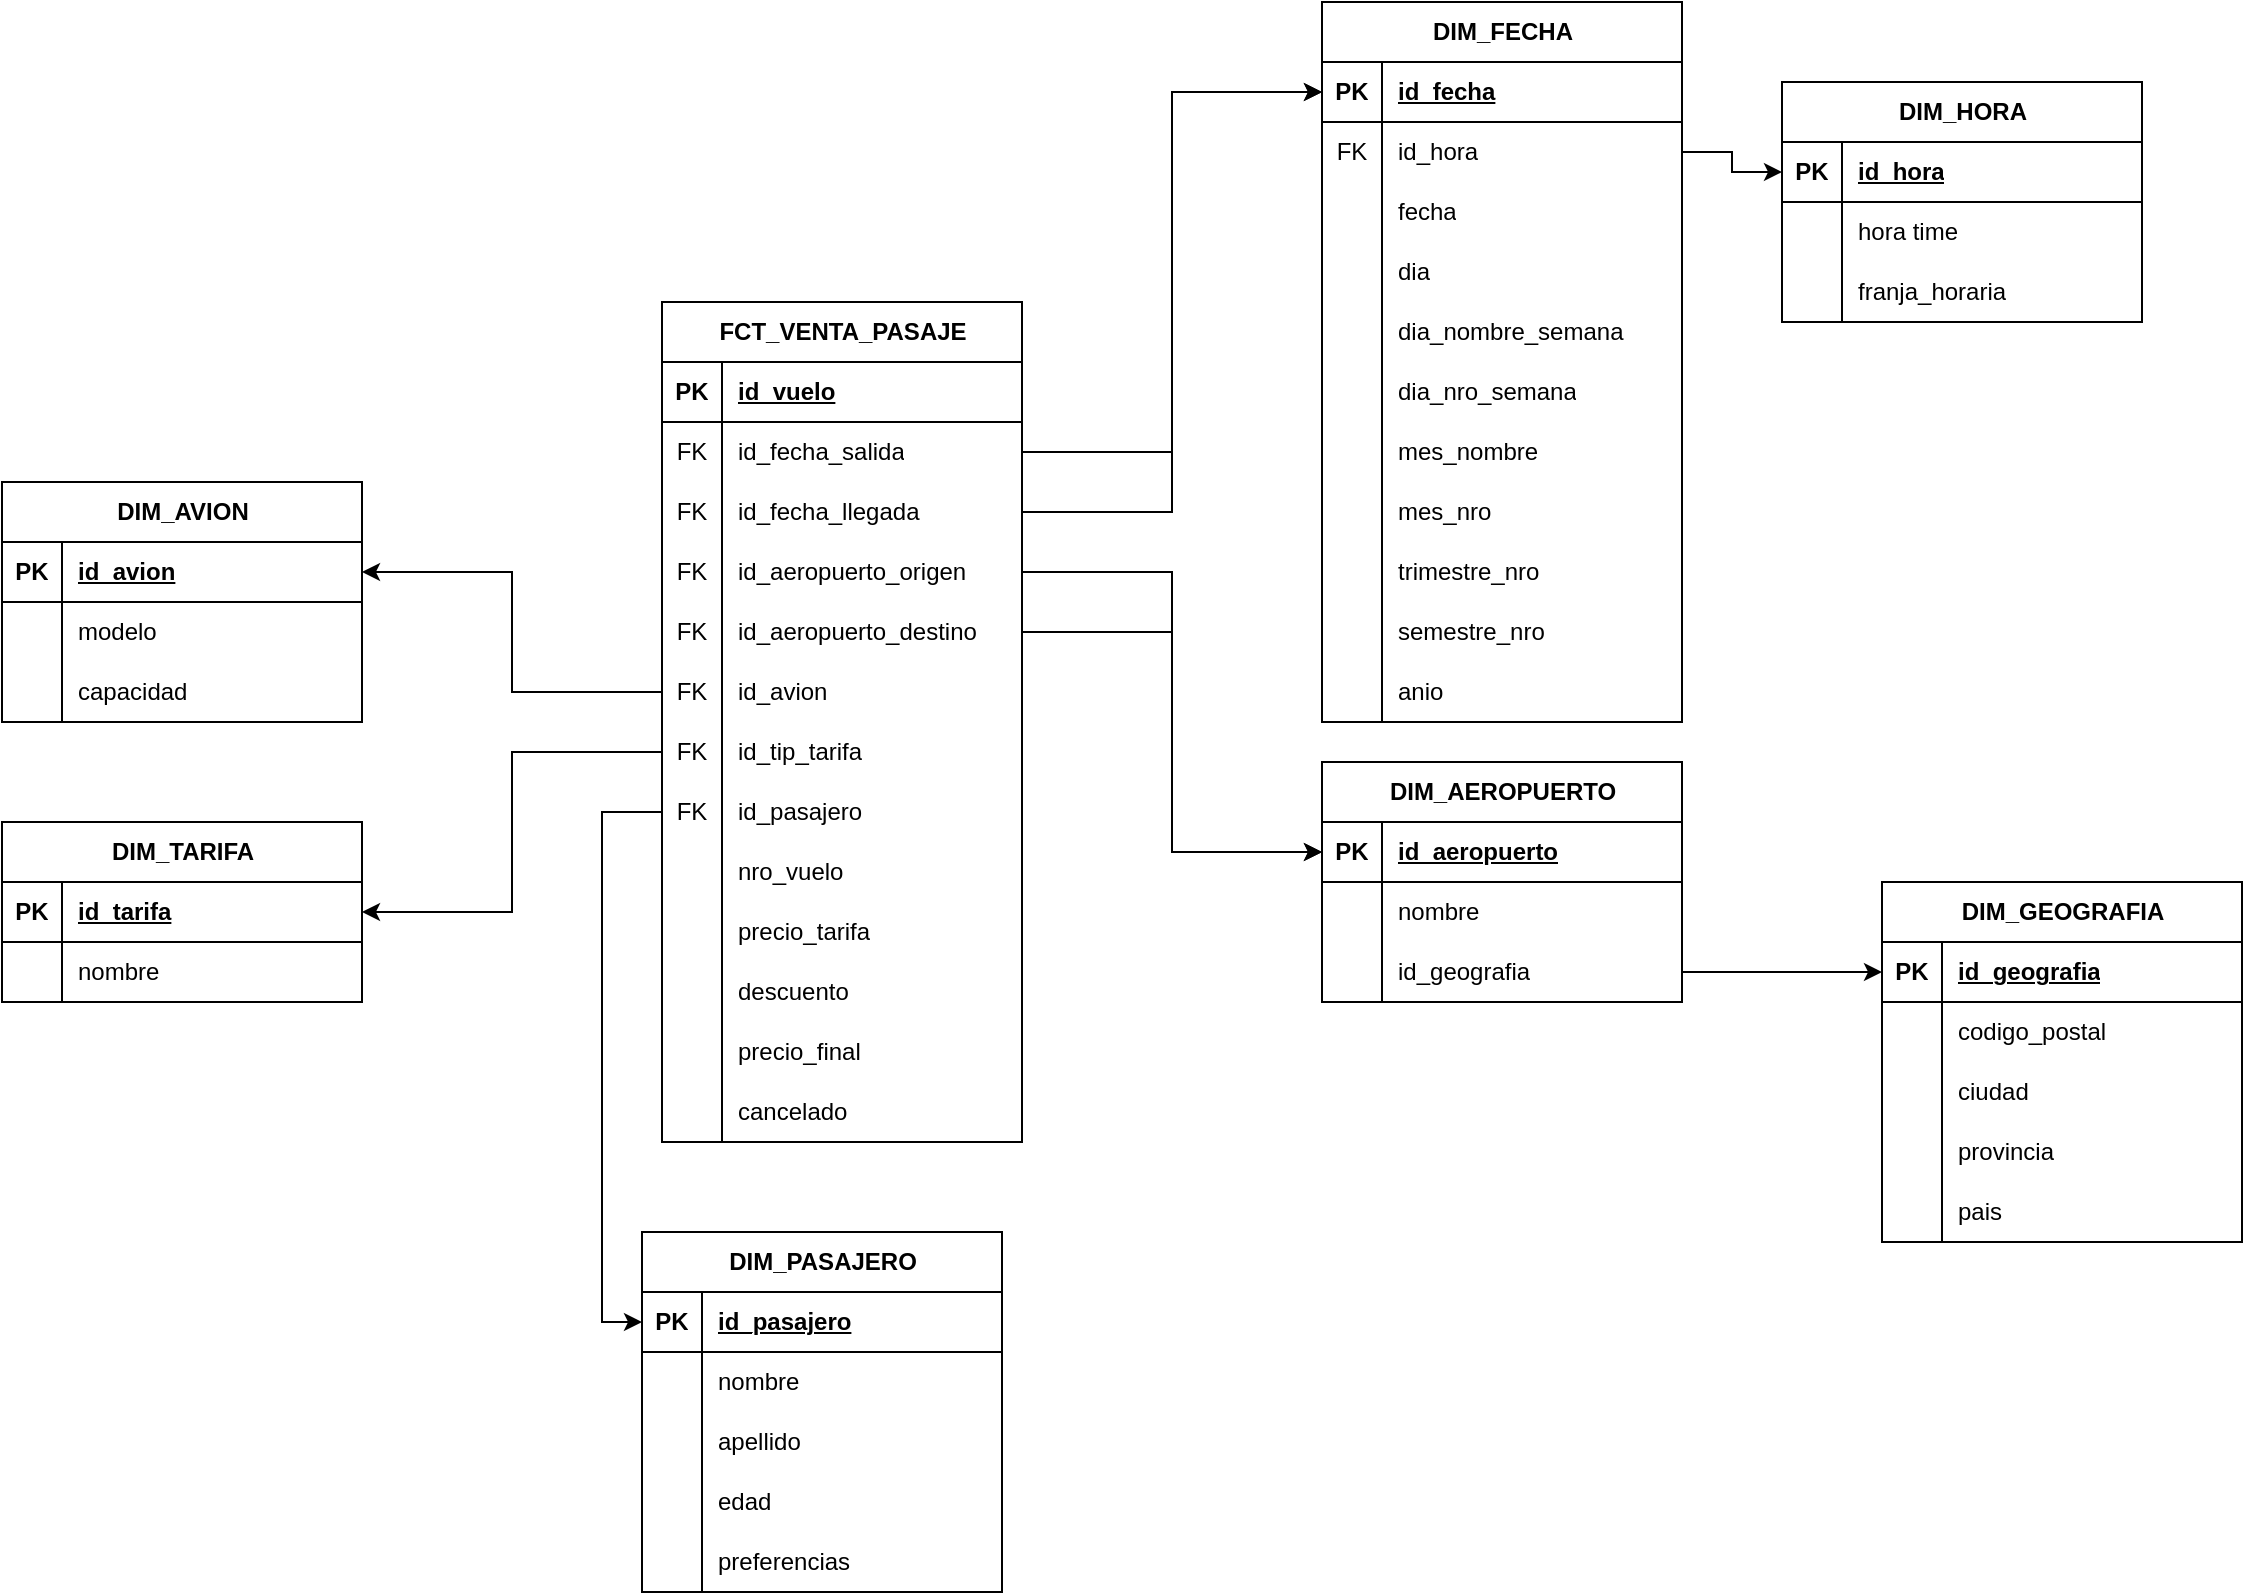
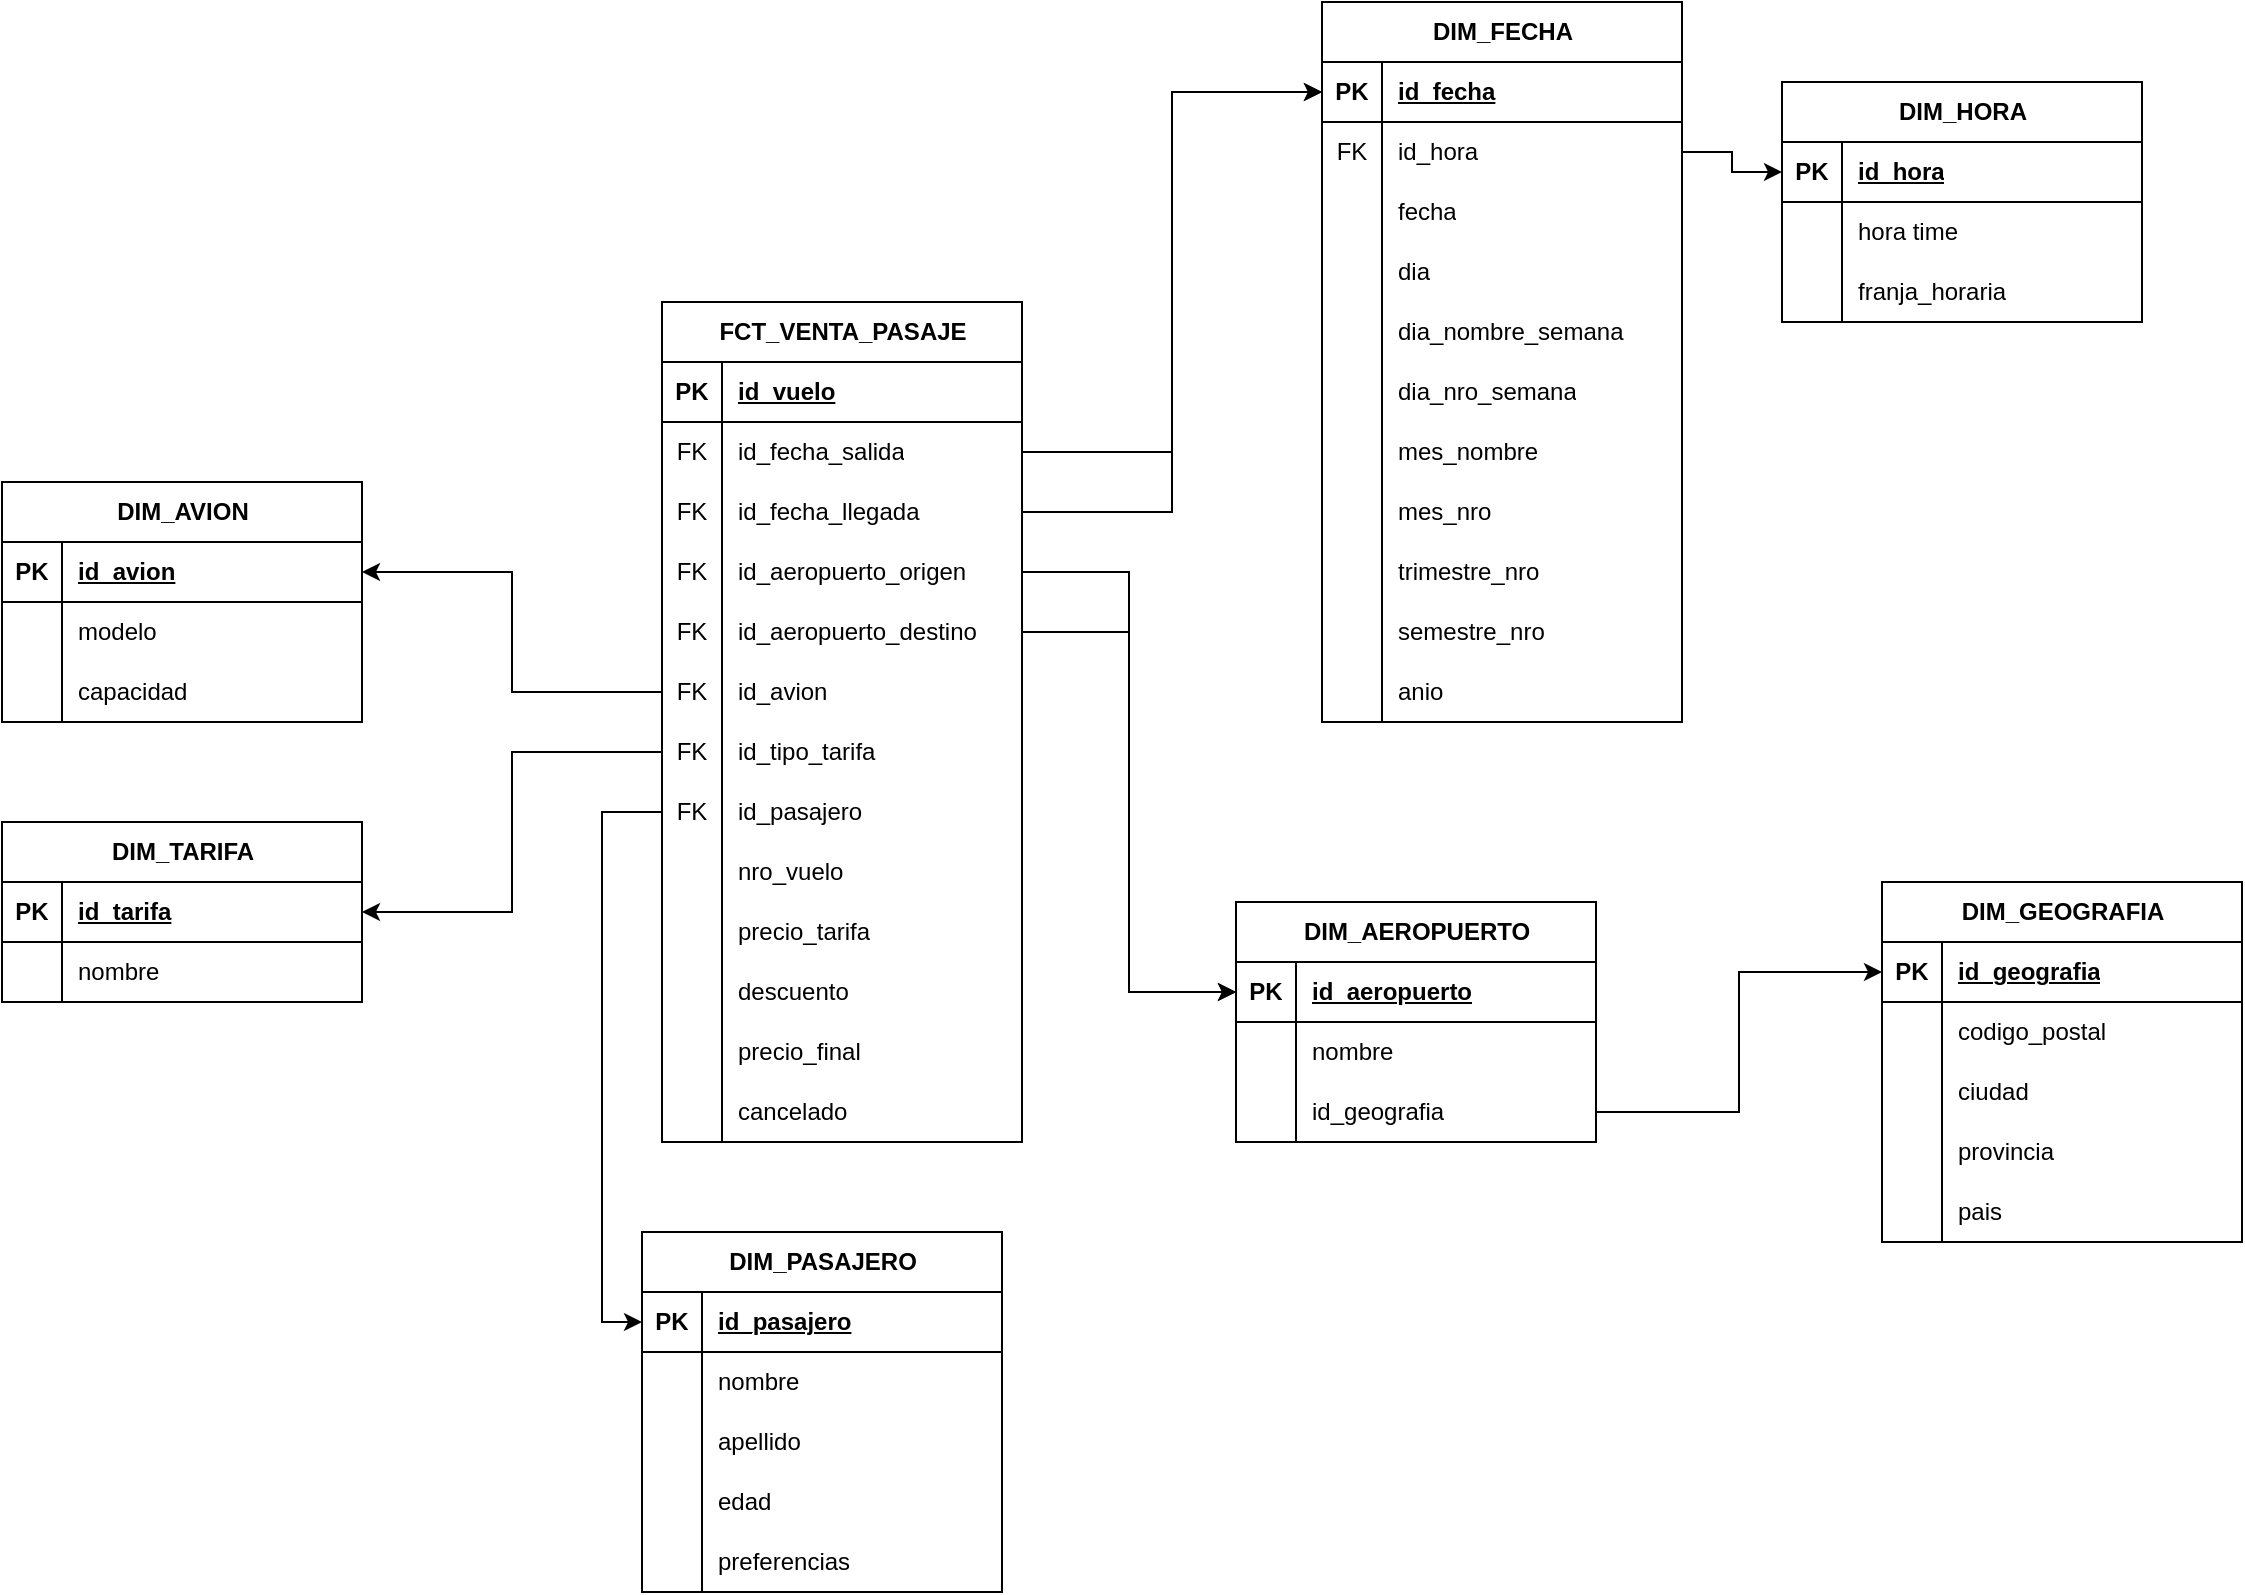
<mxfile host="app.diagrams.net">
  <diagram name="TP_BD_2" id="-Z3SwnrGDyutu0MXqCge">
    <mxGraphModel dx="2143" dy="2038" grid="1" gridSize="10" guides="1" tooltips="1" connect="1" arrows="1" fold="1" page="1" pageScale="1" pageWidth="827" pageHeight="1169" math="0" shadow="0">
      <root>
        <mxCell id="0" />
        <mxCell id="1" parent="0" />
        <mxCell id="QZ4EoWdAzC9uecdQv9y7-77" edge="1" parent="1" source="QZ4EoWdAzC9uecdQv9y7-54" style="edgeStyle=orthogonalEdgeStyle;rounded=0;orthogonalLoop=1;jettySize=auto;html=1;exitX=1;exitY=0.5;exitDx=0;exitDy=0;entryX=0;entryY=0.5;entryDx=0;entryDy=0;" target="QZ4EoWdAzC9uecdQv9y7-64">
          <mxGeometry relative="1" as="geometry" />
        </mxCell>
        <mxCell id="QZ4EoWdAzC9uecdQv9y7-50" parent="1" style="shape=table;startSize=30;container=1;collapsible=1;childLayout=tableLayout;fixedRows=1;rowLines=0;fontStyle=1;align=center;resizeLast=1;html=1;" value="DIM_FECHA" vertex="1">
          <mxGeometry height="360" width="180" x="690" y="-30" as="geometry" />
        </mxCell>
        <mxCell id="QZ4EoWdAzC9uecdQv9y7-51" parent="QZ4EoWdAzC9uecdQv9y7-50" style="shape=tableRow;horizontal=0;startSize=0;swimlaneHead=0;swimlaneBody=0;fillColor=none;collapsible=0;dropTarget=0;points=[[0,0.5],[1,0.5]];portConstraint=eastwest;top=0;left=0;right=0;bottom=1;" value="" vertex="1">
          <mxGeometry height="30" width="180" y="30" as="geometry" />
        </mxCell>
        <mxCell id="QZ4EoWdAzC9uecdQv9y7-52" parent="QZ4EoWdAzC9uecdQv9y7-51" style="shape=partialRectangle;connectable=0;fillColor=none;top=0;left=0;bottom=0;right=0;fontStyle=1;overflow=hidden;whiteSpace=wrap;html=1;" value="PK" vertex="1">
          <mxGeometry height="30" width="30" as="geometry">
            <mxRectangle height="30" width="30" as="alternateBounds" />
          </mxGeometry>
        </mxCell>
        <mxCell id="QZ4EoWdAzC9uecdQv9y7-53" parent="QZ4EoWdAzC9uecdQv9y7-51" style="shape=partialRectangle;connectable=0;fillColor=none;top=0;left=0;bottom=0;right=0;align=left;spacingLeft=6;fontStyle=5;overflow=hidden;whiteSpace=wrap;html=1;" value="id_fecha" vertex="1">
          <mxGeometry height="30" width="150" x="30" as="geometry">
            <mxRectangle height="30" width="150" as="alternateBounds" />
          </mxGeometry>
        </mxCell>
        <mxCell id="QZ4EoWdAzC9uecdQv9y7-54" parent="QZ4EoWdAzC9uecdQv9y7-50" style="shape=tableRow;horizontal=0;startSize=0;swimlaneHead=0;swimlaneBody=0;fillColor=none;collapsible=0;dropTarget=0;points=[[0,0.5],[1,0.5]];portConstraint=eastwest;top=0;left=0;right=0;bottom=0;" value="" vertex="1">
          <mxGeometry height="30" width="180" y="60" as="geometry" />
        </mxCell>
        <mxCell id="QZ4EoWdAzC9uecdQv9y7-55" parent="QZ4EoWdAzC9uecdQv9y7-54" style="shape=partialRectangle;connectable=0;fillColor=none;top=0;left=0;bottom=0;right=0;editable=1;overflow=hidden;whiteSpace=wrap;html=1;" value="FK" vertex="1">
          <mxGeometry height="30" width="30" as="geometry">
            <mxRectangle height="30" width="30" as="alternateBounds" />
          </mxGeometry>
        </mxCell>
        <mxCell id="QZ4EoWdAzC9uecdQv9y7-56" parent="QZ4EoWdAzC9uecdQv9y7-54" style="shape=partialRectangle;connectable=0;fillColor=none;top=0;left=0;bottom=0;right=0;align=left;spacingLeft=6;overflow=hidden;whiteSpace=wrap;html=1;" value="id_hora" vertex="1">
          <mxGeometry height="30" width="150" x="30" as="geometry">
            <mxRectangle height="30" width="150" as="alternateBounds" />
          </mxGeometry>
        </mxCell>
        <mxCell id="QZ4EoWdAzC9uecdQv9y7-57" parent="QZ4EoWdAzC9uecdQv9y7-50" style="shape=tableRow;horizontal=0;startSize=0;swimlaneHead=0;swimlaneBody=0;fillColor=none;collapsible=0;dropTarget=0;points=[[0,0.5],[1,0.5]];portConstraint=eastwest;top=0;left=0;right=0;bottom=0;" value="" vertex="1">
          <mxGeometry height="30" width="180" y="90" as="geometry" />
        </mxCell>
        <mxCell id="QZ4EoWdAzC9uecdQv9y7-58" parent="QZ4EoWdAzC9uecdQv9y7-57" style="shape=partialRectangle;connectable=0;fillColor=none;top=0;left=0;bottom=0;right=0;editable=1;overflow=hidden;whiteSpace=wrap;html=1;" value="" vertex="1">
          <mxGeometry height="30" width="30" as="geometry">
            <mxRectangle height="30" width="30" as="alternateBounds" />
          </mxGeometry>
        </mxCell>
        <mxCell id="QZ4EoWdAzC9uecdQv9y7-59" parent="QZ4EoWdAzC9uecdQv9y7-57" style="shape=partialRectangle;connectable=0;fillColor=none;top=0;left=0;bottom=0;right=0;align=left;spacingLeft=6;overflow=hidden;whiteSpace=wrap;html=1;" value="fecha" vertex="1">
          <mxGeometry height="30" width="150" x="30" as="geometry">
            <mxRectangle height="30" width="150" as="alternateBounds" />
          </mxGeometry>
        </mxCell>
        <mxCell id="QZ4EoWdAzC9uecdQv9y7-81" parent="QZ4EoWdAzC9uecdQv9y7-50" style="shape=tableRow;horizontal=0;startSize=0;swimlaneHead=0;swimlaneBody=0;fillColor=none;collapsible=0;dropTarget=0;points=[[0,0.5],[1,0.5]];portConstraint=eastwest;top=0;left=0;right=0;bottom=0;" value="" vertex="1">
          <mxGeometry height="30" width="180" y="120" as="geometry" />
        </mxCell>
        <mxCell id="QZ4EoWdAzC9uecdQv9y7-82" parent="QZ4EoWdAzC9uecdQv9y7-81" style="shape=partialRectangle;connectable=0;fillColor=none;top=0;left=0;bottom=0;right=0;editable=1;overflow=hidden;whiteSpace=wrap;html=1;" value="" vertex="1">
          <mxGeometry height="30" width="30" as="geometry">
            <mxRectangle height="30" width="30" as="alternateBounds" />
          </mxGeometry>
        </mxCell>
        <mxCell id="QZ4EoWdAzC9uecdQv9y7-83" parent="QZ4EoWdAzC9uecdQv9y7-81" style="shape=partialRectangle;connectable=0;fillColor=none;top=0;left=0;bottom=0;right=0;align=left;spacingLeft=6;overflow=hidden;whiteSpace=wrap;html=1;" value="dia" vertex="1">
          <mxGeometry height="30" width="150" x="30" as="geometry">
            <mxRectangle height="30" width="150" as="alternateBounds" />
          </mxGeometry>
        </mxCell>
        <mxCell id="QZ4EoWdAzC9uecdQv9y7-84" parent="QZ4EoWdAzC9uecdQv9y7-50" style="shape=tableRow;horizontal=0;startSize=0;swimlaneHead=0;swimlaneBody=0;fillColor=none;collapsible=0;dropTarget=0;points=[[0,0.5],[1,0.5]];portConstraint=eastwest;top=0;left=0;right=0;bottom=0;" value="" vertex="1">
          <mxGeometry height="30" width="180" y="150" as="geometry" />
        </mxCell>
        <mxCell id="QZ4EoWdAzC9uecdQv9y7-85" parent="QZ4EoWdAzC9uecdQv9y7-84" style="shape=partialRectangle;connectable=0;fillColor=none;top=0;left=0;bottom=0;right=0;editable=1;overflow=hidden;whiteSpace=wrap;html=1;" value="" vertex="1">
          <mxGeometry height="30" width="30" as="geometry">
            <mxRectangle height="30" width="30" as="alternateBounds" />
          </mxGeometry>
        </mxCell>
        <mxCell id="QZ4EoWdAzC9uecdQv9y7-86" parent="QZ4EoWdAzC9uecdQv9y7-84" style="shape=partialRectangle;connectable=0;fillColor=none;top=0;left=0;bottom=0;right=0;align=left;spacingLeft=6;overflow=hidden;whiteSpace=wrap;html=1;" value="dia_nombre_semana" vertex="1">
          <mxGeometry height="30" width="150" x="30" as="geometry">
            <mxRectangle height="30" width="150" as="alternateBounds" />
          </mxGeometry>
        </mxCell>
        <mxCell id="QZ4EoWdAzC9uecdQv9y7-60" parent="QZ4EoWdAzC9uecdQv9y7-50" style="shape=tableRow;horizontal=0;startSize=0;swimlaneHead=0;swimlaneBody=0;fillColor=none;collapsible=0;dropTarget=0;points=[[0,0.5],[1,0.5]];portConstraint=eastwest;top=0;left=0;right=0;bottom=0;" value="" vertex="1">
          <mxGeometry height="30" width="180" y="180" as="geometry" />
        </mxCell>
        <mxCell id="QZ4EoWdAzC9uecdQv9y7-61" parent="QZ4EoWdAzC9uecdQv9y7-60" style="shape=partialRectangle;connectable=0;fillColor=none;top=0;left=0;bottom=0;right=0;editable=1;overflow=hidden;whiteSpace=wrap;html=1;" value="" vertex="1">
          <mxGeometry height="30" width="30" as="geometry">
            <mxRectangle height="30" width="30" as="alternateBounds" />
          </mxGeometry>
        </mxCell>
        <mxCell id="QZ4EoWdAzC9uecdQv9y7-62" parent="QZ4EoWdAzC9uecdQv9y7-60" style="shape=partialRectangle;connectable=0;fillColor=none;top=0;left=0;bottom=0;right=0;align=left;spacingLeft=6;overflow=hidden;whiteSpace=wrap;html=1;" value="dia_nro_semana" vertex="1">
          <mxGeometry height="30" width="150" x="30" as="geometry">
            <mxRectangle height="30" width="150" as="alternateBounds" />
          </mxGeometry>
        </mxCell>
        <mxCell id="QZ4EoWdAzC9uecdQv9y7-87" parent="QZ4EoWdAzC9uecdQv9y7-50" style="shape=tableRow;horizontal=0;startSize=0;swimlaneHead=0;swimlaneBody=0;fillColor=none;collapsible=0;dropTarget=0;points=[[0,0.5],[1,0.5]];portConstraint=eastwest;top=0;left=0;right=0;bottom=0;" value="" vertex="1">
          <mxGeometry height="30" width="180" y="210" as="geometry" />
        </mxCell>
        <mxCell id="QZ4EoWdAzC9uecdQv9y7-88" parent="QZ4EoWdAzC9uecdQv9y7-87" style="shape=partialRectangle;connectable=0;fillColor=none;top=0;left=0;bottom=0;right=0;editable=1;overflow=hidden;whiteSpace=wrap;html=1;" value="" vertex="1">
          <mxGeometry height="30" width="30" as="geometry">
            <mxRectangle height="30" width="30" as="alternateBounds" />
          </mxGeometry>
        </mxCell>
        <mxCell id="QZ4EoWdAzC9uecdQv9y7-89" parent="QZ4EoWdAzC9uecdQv9y7-87" style="shape=partialRectangle;connectable=0;fillColor=none;top=0;left=0;bottom=0;right=0;align=left;spacingLeft=6;overflow=hidden;whiteSpace=wrap;html=1;" value="mes_nombre" vertex="1">
          <mxGeometry height="30" width="150" x="30" as="geometry">
            <mxRectangle height="30" width="150" as="alternateBounds" />
          </mxGeometry>
        </mxCell>
        <mxCell id="QZ4EoWdAzC9uecdQv9y7-90" parent="QZ4EoWdAzC9uecdQv9y7-50" style="shape=tableRow;horizontal=0;startSize=0;swimlaneHead=0;swimlaneBody=0;fillColor=none;collapsible=0;dropTarget=0;points=[[0,0.5],[1,0.5]];portConstraint=eastwest;top=0;left=0;right=0;bottom=0;" value="" vertex="1">
          <mxGeometry height="30" width="180" y="240" as="geometry" />
        </mxCell>
        <mxCell id="QZ4EoWdAzC9uecdQv9y7-91" parent="QZ4EoWdAzC9uecdQv9y7-90" style="shape=partialRectangle;connectable=0;fillColor=none;top=0;left=0;bottom=0;right=0;editable=1;overflow=hidden;whiteSpace=wrap;html=1;" value="" vertex="1">
          <mxGeometry height="30" width="30" as="geometry">
            <mxRectangle height="30" width="30" as="alternateBounds" />
          </mxGeometry>
        </mxCell>
        <mxCell id="QZ4EoWdAzC9uecdQv9y7-92" parent="QZ4EoWdAzC9uecdQv9y7-90" style="shape=partialRectangle;connectable=0;fillColor=none;top=0;left=0;bottom=0;right=0;align=left;spacingLeft=6;overflow=hidden;whiteSpace=wrap;html=1;" value="mes_nro" vertex="1">
          <mxGeometry height="30" width="150" x="30" as="geometry">
            <mxRectangle height="30" width="150" as="alternateBounds" />
          </mxGeometry>
        </mxCell>
        <mxCell id="QZ4EoWdAzC9uecdQv9y7-93" parent="QZ4EoWdAzC9uecdQv9y7-50" style="shape=tableRow;horizontal=0;startSize=0;swimlaneHead=0;swimlaneBody=0;fillColor=none;collapsible=0;dropTarget=0;points=[[0,0.5],[1,0.5]];portConstraint=eastwest;top=0;left=0;right=0;bottom=0;" value="" vertex="1">
          <mxGeometry height="30" width="180" y="270" as="geometry" />
        </mxCell>
        <mxCell id="QZ4EoWdAzC9uecdQv9y7-94" parent="QZ4EoWdAzC9uecdQv9y7-93" style="shape=partialRectangle;connectable=0;fillColor=none;top=0;left=0;bottom=0;right=0;editable=1;overflow=hidden;whiteSpace=wrap;html=1;" value="" vertex="1">
          <mxGeometry height="30" width="30" as="geometry">
            <mxRectangle height="30" width="30" as="alternateBounds" />
          </mxGeometry>
        </mxCell>
        <mxCell id="QZ4EoWdAzC9uecdQv9y7-95" parent="QZ4EoWdAzC9uecdQv9y7-93" style="shape=partialRectangle;connectable=0;fillColor=none;top=0;left=0;bottom=0;right=0;align=left;spacingLeft=6;overflow=hidden;whiteSpace=wrap;html=1;" value="trimestre_nro" vertex="1">
          <mxGeometry height="30" width="150" x="30" as="geometry">
            <mxRectangle height="30" width="150" as="alternateBounds" />
          </mxGeometry>
        </mxCell>
        <mxCell id="QZ4EoWdAzC9uecdQv9y7-96" parent="QZ4EoWdAzC9uecdQv9y7-50" style="shape=tableRow;horizontal=0;startSize=0;swimlaneHead=0;swimlaneBody=0;fillColor=none;collapsible=0;dropTarget=0;points=[[0,0.5],[1,0.5]];portConstraint=eastwest;top=0;left=0;right=0;bottom=0;" value="" vertex="1">
          <mxGeometry height="30" width="180" y="300" as="geometry" />
        </mxCell>
        <mxCell id="QZ4EoWdAzC9uecdQv9y7-97" parent="QZ4EoWdAzC9uecdQv9y7-96" style="shape=partialRectangle;connectable=0;fillColor=none;top=0;left=0;bottom=0;right=0;editable=1;overflow=hidden;whiteSpace=wrap;html=1;" value="" vertex="1">
          <mxGeometry height="30" width="30" as="geometry">
            <mxRectangle height="30" width="30" as="alternateBounds" />
          </mxGeometry>
        </mxCell>
        <mxCell id="QZ4EoWdAzC9uecdQv9y7-98" parent="QZ4EoWdAzC9uecdQv9y7-96" style="shape=partialRectangle;connectable=0;fillColor=none;top=0;left=0;bottom=0;right=0;align=left;spacingLeft=6;overflow=hidden;whiteSpace=wrap;html=1;" value="semestre_nro" vertex="1">
          <mxGeometry height="30" width="150" x="30" as="geometry">
            <mxRectangle height="30" width="150" as="alternateBounds" />
          </mxGeometry>
        </mxCell>
        <mxCell id="QZ4EoWdAzC9uecdQv9y7-99" parent="QZ4EoWdAzC9uecdQv9y7-50" style="shape=tableRow;horizontal=0;startSize=0;swimlaneHead=0;swimlaneBody=0;fillColor=none;collapsible=0;dropTarget=0;points=[[0,0.5],[1,0.5]];portConstraint=eastwest;top=0;left=0;right=0;bottom=0;" value="" vertex="1">
          <mxGeometry height="30" width="180" y="330" as="geometry" />
        </mxCell>
        <mxCell id="QZ4EoWdAzC9uecdQv9y7-100" parent="QZ4EoWdAzC9uecdQv9y7-99" style="shape=partialRectangle;connectable=0;fillColor=none;top=0;left=0;bottom=0;right=0;editable=1;overflow=hidden;whiteSpace=wrap;html=1;" value="" vertex="1">
          <mxGeometry height="30" width="30" as="geometry">
            <mxRectangle height="30" width="30" as="alternateBounds" />
          </mxGeometry>
        </mxCell>
        <mxCell id="QZ4EoWdAzC9uecdQv9y7-101" parent="QZ4EoWdAzC9uecdQv9y7-99" style="shape=partialRectangle;connectable=0;fillColor=none;top=0;left=0;bottom=0;right=0;align=left;spacingLeft=6;overflow=hidden;whiteSpace=wrap;html=1;" value="anio" vertex="1">
          <mxGeometry height="30" width="150" x="30" as="geometry">
            <mxRectangle height="30" width="150" as="alternateBounds" />
          </mxGeometry>
        </mxCell>
        <mxCell id="QZ4EoWdAzC9uecdQv9y7-63" parent="1" style="shape=table;startSize=30;container=1;collapsible=1;childLayout=tableLayout;fixedRows=1;rowLines=0;fontStyle=1;align=center;resizeLast=1;html=1;" value="DIM_HORA" vertex="1">
          <mxGeometry height="120" width="180" x="920" y="10" as="geometry" />
        </mxCell>
        <mxCell id="QZ4EoWdAzC9uecdQv9y7-64" parent="QZ4EoWdAzC9uecdQv9y7-63" style="shape=tableRow;horizontal=0;startSize=0;swimlaneHead=0;swimlaneBody=0;fillColor=none;collapsible=0;dropTarget=0;points=[[0,0.5],[1,0.5]];portConstraint=eastwest;top=0;left=0;right=0;bottom=1;" value="" vertex="1">
          <mxGeometry height="30" width="180" y="30" as="geometry" />
        </mxCell>
        <mxCell id="QZ4EoWdAzC9uecdQv9y7-65" parent="QZ4EoWdAzC9uecdQv9y7-64" style="shape=partialRectangle;connectable=0;fillColor=none;top=0;left=0;bottom=0;right=0;fontStyle=1;overflow=hidden;whiteSpace=wrap;html=1;" value="PK" vertex="1">
          <mxGeometry height="30" width="30" as="geometry">
            <mxRectangle height="30" width="30" as="alternateBounds" />
          </mxGeometry>
        </mxCell>
        <mxCell id="QZ4EoWdAzC9uecdQv9y7-66" parent="QZ4EoWdAzC9uecdQv9y7-64" style="shape=partialRectangle;connectable=0;fillColor=none;top=0;left=0;bottom=0;right=0;align=left;spacingLeft=6;fontStyle=5;overflow=hidden;whiteSpace=wrap;html=1;" value="id_hora" vertex="1">
          <mxGeometry height="30" width="150" x="30" as="geometry">
            <mxRectangle height="30" width="150" as="alternateBounds" />
          </mxGeometry>
        </mxCell>
        <mxCell id="QZ4EoWdAzC9uecdQv9y7-67" parent="QZ4EoWdAzC9uecdQv9y7-63" style="shape=tableRow;horizontal=0;startSize=0;swimlaneHead=0;swimlaneBody=0;fillColor=none;collapsible=0;dropTarget=0;points=[[0,0.5],[1,0.5]];portConstraint=eastwest;top=0;left=0;right=0;bottom=0;" value="" vertex="1">
          <mxGeometry height="30" width="180" y="60" as="geometry" />
        </mxCell>
        <mxCell id="QZ4EoWdAzC9uecdQv9y7-68" parent="QZ4EoWdAzC9uecdQv9y7-67" style="shape=partialRectangle;connectable=0;fillColor=none;top=0;left=0;bottom=0;right=0;editable=1;overflow=hidden;whiteSpace=wrap;html=1;" value="" vertex="1">
          <mxGeometry height="30" width="30" as="geometry">
            <mxRectangle height="30" width="30" as="alternateBounds" />
          </mxGeometry>
        </mxCell>
        <mxCell id="QZ4EoWdAzC9uecdQv9y7-69" parent="QZ4EoWdAzC9uecdQv9y7-67" style="shape=partialRectangle;connectable=0;fillColor=none;top=0;left=0;bottom=0;right=0;align=left;spacingLeft=6;overflow=hidden;whiteSpace=wrap;html=1;" value="hora time" vertex="1">
          <mxGeometry height="30" width="150" x="30" as="geometry">
            <mxRectangle height="30" width="150" as="alternateBounds" />
          </mxGeometry>
        </mxCell>
        <mxCell id="QZ4EoWdAzC9uecdQv9y7-78" parent="QZ4EoWdAzC9uecdQv9y7-63" style="shape=tableRow;horizontal=0;startSize=0;swimlaneHead=0;swimlaneBody=0;fillColor=none;collapsible=0;dropTarget=0;points=[[0,0.5],[1,0.5]];portConstraint=eastwest;top=0;left=0;right=0;bottom=0;" value="" vertex="1">
          <mxGeometry height="30" width="180" y="90" as="geometry" />
        </mxCell>
        <mxCell id="QZ4EoWdAzC9uecdQv9y7-79" parent="QZ4EoWdAzC9uecdQv9y7-78" style="shape=partialRectangle;connectable=0;fillColor=none;top=0;left=0;bottom=0;right=0;editable=1;overflow=hidden;whiteSpace=wrap;html=1;" value="" vertex="1">
          <mxGeometry height="30" width="30" as="geometry">
            <mxRectangle height="30" width="30" as="alternateBounds" />
          </mxGeometry>
        </mxCell>
        <mxCell id="QZ4EoWdAzC9uecdQv9y7-80" parent="QZ4EoWdAzC9uecdQv9y7-78" style="shape=partialRectangle;connectable=0;fillColor=none;top=0;left=0;bottom=0;right=0;align=left;spacingLeft=6;overflow=hidden;whiteSpace=wrap;html=1;" value="franja_horaria" vertex="1">
          <mxGeometry height="30" width="150" x="30" as="geometry">
            <mxRectangle height="30" width="150" as="alternateBounds" />
          </mxGeometry>
        </mxCell>
        <mxCell id="QZ4EoWdAzC9uecdQv9y7-105" parent="1" style="shape=table;startSize=30;container=1;collapsible=1;childLayout=tableLayout;fixedRows=1;rowLines=0;fontStyle=1;align=center;resizeLast=1;html=1;" value="FCT_VENTA_PASAJE" vertex="1">
          <mxGeometry height="420" width="180" x="360" y="120" as="geometry" />
        </mxCell>
        <mxCell id="QZ4EoWdAzC9uecdQv9y7-106" parent="QZ4EoWdAzC9uecdQv9y7-105" style="shape=tableRow;horizontal=0;startSize=0;swimlaneHead=0;swimlaneBody=0;fillColor=none;collapsible=0;dropTarget=0;points=[[0,0.5],[1,0.5]];portConstraint=eastwest;top=0;left=0;right=0;bottom=1;" value="" vertex="1">
          <mxGeometry height="30" width="180" y="30" as="geometry" />
        </mxCell>
        <mxCell id="QZ4EoWdAzC9uecdQv9y7-107" parent="QZ4EoWdAzC9uecdQv9y7-106" style="shape=partialRectangle;connectable=0;fillColor=none;top=0;left=0;bottom=0;right=0;fontStyle=1;overflow=hidden;whiteSpace=wrap;html=1;" value="PK" vertex="1">
          <mxGeometry height="30" width="30" as="geometry">
            <mxRectangle height="30" width="30" as="alternateBounds" />
          </mxGeometry>
        </mxCell>
        <mxCell id="QZ4EoWdAzC9uecdQv9y7-108" parent="QZ4EoWdAzC9uecdQv9y7-106" style="shape=partialRectangle;connectable=0;fillColor=none;top=0;left=0;bottom=0;right=0;align=left;spacingLeft=6;fontStyle=5;overflow=hidden;whiteSpace=wrap;html=1;" value="id_vuelo" vertex="1">
          <mxGeometry height="30" width="150" x="30" as="geometry">
            <mxRectangle height="30" width="150" as="alternateBounds" />
          </mxGeometry>
        </mxCell>
        <mxCell id="QZ4EoWdAzC9uecdQv9y7-109" parent="QZ4EoWdAzC9uecdQv9y7-105" style="shape=tableRow;horizontal=0;startSize=0;swimlaneHead=0;swimlaneBody=0;fillColor=none;collapsible=0;dropTarget=0;points=[[0,0.5],[1,0.5]];portConstraint=eastwest;top=0;left=0;right=0;bottom=0;" value="" vertex="1">
          <mxGeometry height="30" width="180" y="60" as="geometry" />
        </mxCell>
        <mxCell id="QZ4EoWdAzC9uecdQv9y7-110" parent="QZ4EoWdAzC9uecdQv9y7-109" style="shape=partialRectangle;connectable=0;fillColor=none;top=0;left=0;bottom=0;right=0;editable=1;overflow=hidden;whiteSpace=wrap;html=1;" value="FK" vertex="1">
          <mxGeometry height="30" width="30" as="geometry">
            <mxRectangle height="30" width="30" as="alternateBounds" />
          </mxGeometry>
        </mxCell>
        <mxCell id="QZ4EoWdAzC9uecdQv9y7-111" parent="QZ4EoWdAzC9uecdQv9y7-109" style="shape=partialRectangle;connectable=0;fillColor=none;top=0;left=0;bottom=0;right=0;align=left;spacingLeft=6;overflow=hidden;whiteSpace=wrap;html=1;" value="id_fecha_salida" vertex="1">
          <mxGeometry height="30" width="150" x="30" as="geometry">
            <mxRectangle height="30" width="150" as="alternateBounds" />
          </mxGeometry>
        </mxCell>
        <mxCell id="QZ4EoWdAzC9uecdQv9y7-112" parent="QZ4EoWdAzC9uecdQv9y7-105" style="shape=tableRow;horizontal=0;startSize=0;swimlaneHead=0;swimlaneBody=0;fillColor=none;collapsible=0;dropTarget=0;points=[[0,0.5],[1,0.5]];portConstraint=eastwest;top=0;left=0;right=0;bottom=0;" value="" vertex="1">
          <mxGeometry height="30" width="180" y="90" as="geometry" />
        </mxCell>
        <mxCell id="QZ4EoWdAzC9uecdQv9y7-113" parent="QZ4EoWdAzC9uecdQv9y7-112" style="shape=partialRectangle;connectable=0;fillColor=none;top=0;left=0;bottom=0;right=0;editable=1;overflow=hidden;whiteSpace=wrap;html=1;" value="FK" vertex="1">
          <mxGeometry height="30" width="30" as="geometry">
            <mxRectangle height="30" width="30" as="alternateBounds" />
          </mxGeometry>
        </mxCell>
        <mxCell id="QZ4EoWdAzC9uecdQv9y7-114" parent="QZ4EoWdAzC9uecdQv9y7-112" style="shape=partialRectangle;connectable=0;fillColor=none;top=0;left=0;bottom=0;right=0;align=left;spacingLeft=6;overflow=hidden;whiteSpace=wrap;html=1;" value="id_fecha_llegada" vertex="1">
          <mxGeometry height="30" width="150" x="30" as="geometry">
            <mxRectangle height="30" width="150" as="alternateBounds" />
          </mxGeometry>
        </mxCell>
        <mxCell id="QZ4EoWdAzC9uecdQv9y7-117" parent="QZ4EoWdAzC9uecdQv9y7-105" style="shape=tableRow;horizontal=0;startSize=0;swimlaneHead=0;swimlaneBody=0;fillColor=none;collapsible=0;dropTarget=0;points=[[0,0.5],[1,0.5]];portConstraint=eastwest;top=0;left=0;right=0;bottom=0;" value="" vertex="1">
          <mxGeometry height="30" width="180" y="120" as="geometry" />
        </mxCell>
        <mxCell id="QZ4EoWdAzC9uecdQv9y7-118" parent="QZ4EoWdAzC9uecdQv9y7-117" style="shape=partialRectangle;connectable=0;fillColor=none;top=0;left=0;bottom=0;right=0;editable=1;overflow=hidden;whiteSpace=wrap;html=1;" value="FK" vertex="1">
          <mxGeometry height="30" width="30" as="geometry">
            <mxRectangle height="30" width="30" as="alternateBounds" />
          </mxGeometry>
        </mxCell>
        <mxCell id="QZ4EoWdAzC9uecdQv9y7-119" parent="QZ4EoWdAzC9uecdQv9y7-117" style="shape=partialRectangle;connectable=0;fillColor=none;top=0;left=0;bottom=0;right=0;align=left;spacingLeft=6;overflow=hidden;whiteSpace=wrap;html=1;" value="id_aeropuerto_origen" vertex="1">
          <mxGeometry height="30" width="150" x="30" as="geometry">
            <mxRectangle height="30" width="150" as="alternateBounds" />
          </mxGeometry>
        </mxCell>
        <mxCell id="QZ4EoWdAzC9uecdQv9y7-130" parent="QZ4EoWdAzC9uecdQv9y7-105" style="shape=tableRow;horizontal=0;startSize=0;swimlaneHead=0;swimlaneBody=0;fillColor=none;collapsible=0;dropTarget=0;points=[[0,0.5],[1,0.5]];portConstraint=eastwest;top=0;left=0;right=0;bottom=0;" value="" vertex="1">
          <mxGeometry height="30" width="180" y="150" as="geometry" />
        </mxCell>
        <mxCell id="QZ4EoWdAzC9uecdQv9y7-131" parent="QZ4EoWdAzC9uecdQv9y7-130" style="shape=partialRectangle;connectable=0;fillColor=none;top=0;left=0;bottom=0;right=0;editable=1;overflow=hidden;whiteSpace=wrap;html=1;" value="FK" vertex="1">
          <mxGeometry height="30" width="30" as="geometry">
            <mxRectangle height="30" width="30" as="alternateBounds" />
          </mxGeometry>
        </mxCell>
        <mxCell id="QZ4EoWdAzC9uecdQv9y7-132" parent="QZ4EoWdAzC9uecdQv9y7-130" style="shape=partialRectangle;connectable=0;fillColor=none;top=0;left=0;bottom=0;right=0;align=left;spacingLeft=6;overflow=hidden;whiteSpace=wrap;html=1;" value="id_aeropuerto_destino" vertex="1">
          <mxGeometry height="30" width="150" x="30" as="geometry">
            <mxRectangle height="30" width="150" as="alternateBounds" />
          </mxGeometry>
        </mxCell>
        <mxCell id="QZ4EoWdAzC9uecdQv9y7-186" parent="QZ4EoWdAzC9uecdQv9y7-105" style="shape=tableRow;horizontal=0;startSize=0;swimlaneHead=0;swimlaneBody=0;fillColor=none;collapsible=0;dropTarget=0;points=[[0,0.5],[1,0.5]];portConstraint=eastwest;top=0;left=0;right=0;bottom=0;" value="" vertex="1">
          <mxGeometry height="30" width="180" y="180" as="geometry" />
        </mxCell>
        <mxCell id="QZ4EoWdAzC9uecdQv9y7-187" parent="QZ4EoWdAzC9uecdQv9y7-186" style="shape=partialRectangle;connectable=0;fillColor=none;top=0;left=0;bottom=0;right=0;editable=1;overflow=hidden;whiteSpace=wrap;html=1;" value="FK" vertex="1">
          <mxGeometry height="30" width="30" as="geometry">
            <mxRectangle height="30" width="30" as="alternateBounds" />
          </mxGeometry>
        </mxCell>
        <mxCell id="QZ4EoWdAzC9uecdQv9y7-188" parent="QZ4EoWdAzC9uecdQv9y7-186" style="shape=partialRectangle;connectable=0;fillColor=none;top=0;left=0;bottom=0;right=0;align=left;spacingLeft=6;overflow=hidden;whiteSpace=wrap;html=1;" value="id_avion" vertex="1">
          <mxGeometry height="30" width="150" x="30" as="geometry">
            <mxRectangle height="30" width="150" as="alternateBounds" />
          </mxGeometry>
        </mxCell>
        <mxCell id="_3lUHs1WXjtvfcM3jyFn-2" parent="QZ4EoWdAzC9uecdQv9y7-105" style="shape=tableRow;horizontal=0;startSize=0;swimlaneHead=0;swimlaneBody=0;fillColor=none;collapsible=0;dropTarget=0;points=[[0,0.5],[1,0.5]];portConstraint=eastwest;top=0;left=0;right=0;bottom=0;" value="" vertex="1">
          <mxGeometry height="30" width="180" y="210" as="geometry" />
        </mxCell>
        <mxCell id="_3lUHs1WXjtvfcM3jyFn-3" parent="_3lUHs1WXjtvfcM3jyFn-2" style="shape=partialRectangle;connectable=0;fillColor=none;top=0;left=0;bottom=0;right=0;editable=1;overflow=hidden;whiteSpace=wrap;html=1;" value="FK" vertex="1">
          <mxGeometry height="30" width="30" as="geometry">
            <mxRectangle height="30" width="30" as="alternateBounds" />
          </mxGeometry>
        </mxCell>
-         <mxCell id="_3lUHs1WXjtvfcM3jyFn-4" parent="_3lUHs1WXjtvfcM3jyFn-2" style="shape=partialRectangle;connectable=0;fillColor=none;top=0;left=0;bottom=0;right=0;align=left;spacingLeft=6;overflow=hidden;whiteSpace=wrap;html=1;" value="id_tip_tarifa" vertex="1">
+         <mxCell id="_3lUHs1WXjtvfcM3jyFn-4" parent="_3lUHs1WXjtvfcM3jyFn-2" style="shape=partialRectangle;connectable=0;fillColor=none;top=0;left=0;bottom=0;right=0;align=left;spacingLeft=6;overflow=hidden;whiteSpace=wrap;html=1;" value="id_tipo_tarifa" vertex="1">
          <mxGeometry height="30" width="150" x="30" as="geometry">
            <mxRectangle height="30" width="150" as="alternateBounds" />
          </mxGeometry>
        </mxCell>
        <mxCell id="_3lUHs1WXjtvfcM3jyFn-6" parent="QZ4EoWdAzC9uecdQv9y7-105" style="shape=tableRow;horizontal=0;startSize=0;swimlaneHead=0;swimlaneBody=0;fillColor=none;collapsible=0;dropTarget=0;points=[[0,0.5],[1,0.5]];portConstraint=eastwest;top=0;left=0;right=0;bottom=0;" value="" vertex="1">
          <mxGeometry height="30" width="180" y="240" as="geometry" />
        </mxCell>
        <mxCell id="_3lUHs1WXjtvfcM3jyFn-7" parent="_3lUHs1WXjtvfcM3jyFn-6" style="shape=partialRectangle;connectable=0;fillColor=none;top=0;left=0;bottom=0;right=0;editable=1;overflow=hidden;whiteSpace=wrap;html=1;" value="FK" vertex="1">
          <mxGeometry height="30" width="30" as="geometry">
            <mxRectangle height="30" width="30" as="alternateBounds" />
          </mxGeometry>
        </mxCell>
        <mxCell id="_3lUHs1WXjtvfcM3jyFn-8" parent="_3lUHs1WXjtvfcM3jyFn-6" style="shape=partialRectangle;connectable=0;fillColor=none;top=0;left=0;bottom=0;right=0;align=left;spacingLeft=6;overflow=hidden;whiteSpace=wrap;html=1;" value="id_pasajero" vertex="1">
          <mxGeometry height="30" width="150" x="30" as="geometry">
            <mxRectangle height="30" width="150" as="alternateBounds" />
          </mxGeometry>
        </mxCell>
        <mxCell id="_3lUHs1WXjtvfcM3jyFn-32" parent="QZ4EoWdAzC9uecdQv9y7-105" style="shape=tableRow;horizontal=0;startSize=0;swimlaneHead=0;swimlaneBody=0;fillColor=none;collapsible=0;dropTarget=0;points=[[0,0.5],[1,0.5]];portConstraint=eastwest;top=0;left=0;right=0;bottom=0;" value="" vertex="1">
          <mxGeometry height="30" width="180" y="270" as="geometry" />
        </mxCell>
        <mxCell id="_3lUHs1WXjtvfcM3jyFn-33" parent="_3lUHs1WXjtvfcM3jyFn-32" style="shape=partialRectangle;connectable=0;fillColor=none;top=0;left=0;bottom=0;right=0;editable=1;overflow=hidden;whiteSpace=wrap;html=1;" value="" vertex="1">
          <mxGeometry height="30" width="30" as="geometry">
            <mxRectangle height="30" width="30" as="alternateBounds" />
          </mxGeometry>
        </mxCell>
        <mxCell id="_3lUHs1WXjtvfcM3jyFn-34" parent="_3lUHs1WXjtvfcM3jyFn-32" style="shape=partialRectangle;connectable=0;fillColor=none;top=0;left=0;bottom=0;right=0;align=left;spacingLeft=6;overflow=hidden;whiteSpace=wrap;html=1;" value="nro_vuelo" vertex="1">
          <mxGeometry height="30" width="150" x="30" as="geometry">
            <mxRectangle height="30" width="150" as="alternateBounds" />
          </mxGeometry>
        </mxCell>
        <mxCell id="_3lUHs1WXjtvfcM3jyFn-9" parent="QZ4EoWdAzC9uecdQv9y7-105" style="shape=tableRow;horizontal=0;startSize=0;swimlaneHead=0;swimlaneBody=0;fillColor=none;collapsible=0;dropTarget=0;points=[[0,0.5],[1,0.5]];portConstraint=eastwest;top=0;left=0;right=0;bottom=0;" value="" vertex="1">
          <mxGeometry height="30" width="180" y="300" as="geometry" />
        </mxCell>
        <mxCell id="_3lUHs1WXjtvfcM3jyFn-10" parent="_3lUHs1WXjtvfcM3jyFn-9" style="shape=partialRectangle;connectable=0;fillColor=none;top=0;left=0;bottom=0;right=0;editable=1;overflow=hidden;whiteSpace=wrap;html=1;" value="" vertex="1">
          <mxGeometry height="30" width="30" as="geometry">
            <mxRectangle height="30" width="30" as="alternateBounds" />
          </mxGeometry>
        </mxCell>
        <mxCell id="_3lUHs1WXjtvfcM3jyFn-11" parent="_3lUHs1WXjtvfcM3jyFn-9" style="shape=partialRectangle;connectable=0;fillColor=none;top=0;left=0;bottom=0;right=0;align=left;spacingLeft=6;overflow=hidden;whiteSpace=wrap;html=1;" value="precio_tarifa" vertex="1">
          <mxGeometry height="30" width="150" x="30" as="geometry">
            <mxRectangle height="30" width="150" as="alternateBounds" />
          </mxGeometry>
        </mxCell>
        <mxCell id="_3lUHs1WXjtvfcM3jyFn-12" parent="QZ4EoWdAzC9uecdQv9y7-105" style="shape=tableRow;horizontal=0;startSize=0;swimlaneHead=0;swimlaneBody=0;fillColor=none;collapsible=0;dropTarget=0;points=[[0,0.5],[1,0.5]];portConstraint=eastwest;top=0;left=0;right=0;bottom=0;" value="" vertex="1">
          <mxGeometry height="30" width="180" y="330" as="geometry" />
        </mxCell>
        <mxCell id="_3lUHs1WXjtvfcM3jyFn-13" parent="_3lUHs1WXjtvfcM3jyFn-12" style="shape=partialRectangle;connectable=0;fillColor=none;top=0;left=0;bottom=0;right=0;editable=1;overflow=hidden;whiteSpace=wrap;html=1;" value="" vertex="1">
          <mxGeometry height="30" width="30" as="geometry">
            <mxRectangle height="30" width="30" as="alternateBounds" />
          </mxGeometry>
        </mxCell>
        <mxCell id="_3lUHs1WXjtvfcM3jyFn-14" parent="_3lUHs1WXjtvfcM3jyFn-12" style="shape=partialRectangle;connectable=0;fillColor=none;top=0;left=0;bottom=0;right=0;align=left;spacingLeft=6;overflow=hidden;whiteSpace=wrap;html=1;" value="descuento" vertex="1">
          <mxGeometry height="30" width="150" x="30" as="geometry">
            <mxRectangle height="30" width="150" as="alternateBounds" />
          </mxGeometry>
        </mxCell>
        <mxCell id="_3lUHs1WXjtvfcM3jyFn-15" parent="QZ4EoWdAzC9uecdQv9y7-105" style="shape=tableRow;horizontal=0;startSize=0;swimlaneHead=0;swimlaneBody=0;fillColor=none;collapsible=0;dropTarget=0;points=[[0,0.5],[1,0.5]];portConstraint=eastwest;top=0;left=0;right=0;bottom=0;" value="" vertex="1">
          <mxGeometry height="30" width="180" y="360" as="geometry" />
        </mxCell>
        <mxCell id="_3lUHs1WXjtvfcM3jyFn-16" parent="_3lUHs1WXjtvfcM3jyFn-15" style="shape=partialRectangle;connectable=0;fillColor=none;top=0;left=0;bottom=0;right=0;editable=1;overflow=hidden;whiteSpace=wrap;html=1;" value="" vertex="1">
          <mxGeometry height="30" width="30" as="geometry">
            <mxRectangle height="30" width="30" as="alternateBounds" />
          </mxGeometry>
        </mxCell>
        <mxCell id="_3lUHs1WXjtvfcM3jyFn-17" parent="_3lUHs1WXjtvfcM3jyFn-15" style="shape=partialRectangle;connectable=0;fillColor=none;top=0;left=0;bottom=0;right=0;align=left;spacingLeft=6;overflow=hidden;whiteSpace=wrap;html=1;" value="precio_final" vertex="1">
          <mxGeometry height="30" width="150" x="30" as="geometry">
            <mxRectangle height="30" width="150" as="alternateBounds" />
          </mxGeometry>
        </mxCell>
        <mxCell id="_3lUHs1WXjtvfcM3jyFn-29" parent="QZ4EoWdAzC9uecdQv9y7-105" style="shape=tableRow;horizontal=0;startSize=0;swimlaneHead=0;swimlaneBody=0;fillColor=none;collapsible=0;dropTarget=0;points=[[0,0.5],[1,0.5]];portConstraint=eastwest;top=0;left=0;right=0;bottom=0;" value="" vertex="1">
          <mxGeometry height="30" width="180" y="390" as="geometry" />
        </mxCell>
        <mxCell id="_3lUHs1WXjtvfcM3jyFn-30" parent="_3lUHs1WXjtvfcM3jyFn-29" style="shape=partialRectangle;connectable=0;fillColor=none;top=0;left=0;bottom=0;right=0;editable=1;overflow=hidden;whiteSpace=wrap;html=1;" value="" vertex="1">
          <mxGeometry height="30" width="30" as="geometry">
            <mxRectangle height="30" width="30" as="alternateBounds" />
          </mxGeometry>
        </mxCell>
        <mxCell id="_3lUHs1WXjtvfcM3jyFn-31" parent="_3lUHs1WXjtvfcM3jyFn-29" style="shape=partialRectangle;connectable=0;fillColor=none;top=0;left=0;bottom=0;right=0;align=left;spacingLeft=6;overflow=hidden;whiteSpace=wrap;html=1;" value="cancelado" vertex="1">
          <mxGeometry height="30" width="150" x="30" as="geometry">
            <mxRectangle height="30" width="150" as="alternateBounds" />
          </mxGeometry>
        </mxCell>
        <mxCell id="QZ4EoWdAzC9uecdQv9y7-115" edge="1" parent="1" source="QZ4EoWdAzC9uecdQv9y7-109" style="edgeStyle=orthogonalEdgeStyle;rounded=0;orthogonalLoop=1;jettySize=auto;html=1;exitX=1;exitY=0.5;exitDx=0;exitDy=0;entryX=0;entryY=0.5;entryDx=0;entryDy=0;" target="QZ4EoWdAzC9uecdQv9y7-51">
          <mxGeometry relative="1" as="geometry" />
        </mxCell>
        <mxCell id="QZ4EoWdAzC9uecdQv9y7-116" edge="1" parent="1" source="QZ4EoWdAzC9uecdQv9y7-112" style="edgeStyle=orthogonalEdgeStyle;rounded=0;orthogonalLoop=1;jettySize=auto;html=1;exitX=1;exitY=0.5;exitDx=0;exitDy=0;entryX=0;entryY=0.5;entryDx=0;entryDy=0;" target="QZ4EoWdAzC9uecdQv9y7-51">
          <mxGeometry relative="1" as="geometry" />
        </mxCell>
        <mxCell id="QZ4EoWdAzC9uecdQv9y7-120" parent="1" style="shape=table;startSize=30;container=1;collapsible=1;childLayout=tableLayout;fixedRows=1;rowLines=0;fontStyle=1;align=center;resizeLast=1;html=1;" value="DIM_AEROPUERTO" vertex="1">
-           <mxGeometry height="120" width="180" x="690" y="350" as="geometry" />
+           <mxGeometry height="120" width="180" x="647" y="420" as="geometry" />
        </mxCell>
        <mxCell id="QZ4EoWdAzC9uecdQv9y7-121" parent="QZ4EoWdAzC9uecdQv9y7-120" style="shape=tableRow;horizontal=0;startSize=0;swimlaneHead=0;swimlaneBody=0;fillColor=none;collapsible=0;dropTarget=0;points=[[0,0.5],[1,0.5]];portConstraint=eastwest;top=0;left=0;right=0;bottom=1;" value="" vertex="1">
          <mxGeometry height="30" width="180" y="30" as="geometry" />
        </mxCell>
        <mxCell id="QZ4EoWdAzC9uecdQv9y7-122" parent="QZ4EoWdAzC9uecdQv9y7-121" style="shape=partialRectangle;connectable=0;fillColor=none;top=0;left=0;bottom=0;right=0;fontStyle=1;overflow=hidden;whiteSpace=wrap;html=1;" value="PK" vertex="1">
          <mxGeometry height="30" width="30" as="geometry">
            <mxRectangle height="30" width="30" as="alternateBounds" />
          </mxGeometry>
        </mxCell>
        <mxCell id="QZ4EoWdAzC9uecdQv9y7-123" parent="QZ4EoWdAzC9uecdQv9y7-121" style="shape=partialRectangle;connectable=0;fillColor=none;top=0;left=0;bottom=0;right=0;align=left;spacingLeft=6;fontStyle=5;overflow=hidden;whiteSpace=wrap;html=1;" value="id_aeropuerto" vertex="1">
          <mxGeometry height="30" width="150" x="30" as="geometry">
            <mxRectangle height="30" width="150" as="alternateBounds" />
          </mxGeometry>
        </mxCell>
        <mxCell id="QZ4EoWdAzC9uecdQv9y7-124" parent="QZ4EoWdAzC9uecdQv9y7-120" style="shape=tableRow;horizontal=0;startSize=0;swimlaneHead=0;swimlaneBody=0;fillColor=none;collapsible=0;dropTarget=0;points=[[0,0.5],[1,0.5]];portConstraint=eastwest;top=0;left=0;right=0;bottom=0;" value="" vertex="1">
          <mxGeometry height="30" width="180" y="60" as="geometry" />
        </mxCell>
        <mxCell id="QZ4EoWdAzC9uecdQv9y7-125" parent="QZ4EoWdAzC9uecdQv9y7-124" style="shape=partialRectangle;connectable=0;fillColor=none;top=0;left=0;bottom=0;right=0;editable=1;overflow=hidden;whiteSpace=wrap;html=1;" value="" vertex="1">
          <mxGeometry height="30" width="30" as="geometry">
            <mxRectangle height="30" width="30" as="alternateBounds" />
          </mxGeometry>
        </mxCell>
        <mxCell id="QZ4EoWdAzC9uecdQv9y7-126" parent="QZ4EoWdAzC9uecdQv9y7-124" style="shape=partialRectangle;connectable=0;fillColor=none;top=0;left=0;bottom=0;right=0;align=left;spacingLeft=6;overflow=hidden;whiteSpace=wrap;html=1;" value="nombre" vertex="1">
          <mxGeometry height="30" width="150" x="30" as="geometry">
            <mxRectangle height="30" width="150" as="alternateBounds" />
          </mxGeometry>
        </mxCell>
        <mxCell id="QZ4EoWdAzC9uecdQv9y7-135" parent="QZ4EoWdAzC9uecdQv9y7-120" style="shape=tableRow;horizontal=0;startSize=0;swimlaneHead=0;swimlaneBody=0;fillColor=none;collapsible=0;dropTarget=0;points=[[0,0.5],[1,0.5]];portConstraint=eastwest;top=0;left=0;right=0;bottom=0;" value="" vertex="1">
          <mxGeometry height="30" width="180" y="90" as="geometry" />
        </mxCell>
        <mxCell id="QZ4EoWdAzC9uecdQv9y7-136" parent="QZ4EoWdAzC9uecdQv9y7-135" style="shape=partialRectangle;connectable=0;fillColor=none;top=0;left=0;bottom=0;right=0;editable=1;overflow=hidden;whiteSpace=wrap;html=1;" value="" vertex="1">
          <mxGeometry height="30" width="30" as="geometry">
            <mxRectangle height="30" width="30" as="alternateBounds" />
          </mxGeometry>
        </mxCell>
        <mxCell id="QZ4EoWdAzC9uecdQv9y7-137" parent="QZ4EoWdAzC9uecdQv9y7-135" style="shape=partialRectangle;connectable=0;fillColor=none;top=0;left=0;bottom=0;right=0;align=left;spacingLeft=6;overflow=hidden;whiteSpace=wrap;html=1;" value="id_geografia" vertex="1">
          <mxGeometry height="30" width="150" x="30" as="geometry">
            <mxRectangle height="30" width="150" as="alternateBounds" />
          </mxGeometry>
        </mxCell>
        <mxCell id="QZ4EoWdAzC9uecdQv9y7-133" edge="1" parent="1" source="QZ4EoWdAzC9uecdQv9y7-117" style="edgeStyle=orthogonalEdgeStyle;rounded=0;orthogonalLoop=1;jettySize=auto;html=1;exitX=1;exitY=0.5;exitDx=0;exitDy=0;entryX=0;entryY=0.5;entryDx=0;entryDy=0;" target="QZ4EoWdAzC9uecdQv9y7-121">
          <mxGeometry relative="1" as="geometry" />
        </mxCell>
        <mxCell id="QZ4EoWdAzC9uecdQv9y7-134" edge="1" parent="1" source="QZ4EoWdAzC9uecdQv9y7-130" style="edgeStyle=orthogonalEdgeStyle;rounded=0;orthogonalLoop=1;jettySize=auto;html=1;exitX=1;exitY=0.5;exitDx=0;exitDy=0;entryX=0;entryY=0.5;entryDx=0;entryDy=0;" target="QZ4EoWdAzC9uecdQv9y7-121">
          <mxGeometry relative="1" as="geometry" />
        </mxCell>
        <mxCell id="QZ4EoWdAzC9uecdQv9y7-139" parent="1" style="shape=table;startSize=30;container=1;collapsible=1;childLayout=tableLayout;fixedRows=1;rowLines=0;fontStyle=1;align=center;resizeLast=1;html=1;" value="DIM_GEOGRAFIA" vertex="1">
          <mxGeometry height="180" width="180" x="970" y="410" as="geometry" />
        </mxCell>
        <mxCell id="QZ4EoWdAzC9uecdQv9y7-140" parent="QZ4EoWdAzC9uecdQv9y7-139" style="shape=tableRow;horizontal=0;startSize=0;swimlaneHead=0;swimlaneBody=0;fillColor=none;collapsible=0;dropTarget=0;points=[[0,0.5],[1,0.5]];portConstraint=eastwest;top=0;left=0;right=0;bottom=1;" value="" vertex="1">
          <mxGeometry height="30" width="180" y="30" as="geometry" />
        </mxCell>
        <mxCell id="QZ4EoWdAzC9uecdQv9y7-141" parent="QZ4EoWdAzC9uecdQv9y7-140" style="shape=partialRectangle;connectable=0;fillColor=none;top=0;left=0;bottom=0;right=0;fontStyle=1;overflow=hidden;whiteSpace=wrap;html=1;" value="PK" vertex="1">
          <mxGeometry height="30" width="30" as="geometry">
            <mxRectangle height="30" width="30" as="alternateBounds" />
          </mxGeometry>
        </mxCell>
        <mxCell id="QZ4EoWdAzC9uecdQv9y7-142" parent="QZ4EoWdAzC9uecdQv9y7-140" style="shape=partialRectangle;connectable=0;fillColor=none;top=0;left=0;bottom=0;right=0;align=left;spacingLeft=6;fontStyle=5;overflow=hidden;whiteSpace=wrap;html=1;" value="id_geografia" vertex="1">
          <mxGeometry height="30" width="150" x="30" as="geometry">
            <mxRectangle height="30" width="150" as="alternateBounds" />
          </mxGeometry>
        </mxCell>
        <mxCell id="QZ4EoWdAzC9uecdQv9y7-143" parent="QZ4EoWdAzC9uecdQv9y7-139" style="shape=tableRow;horizontal=0;startSize=0;swimlaneHead=0;swimlaneBody=0;fillColor=none;collapsible=0;dropTarget=0;points=[[0,0.5],[1,0.5]];portConstraint=eastwest;top=0;left=0;right=0;bottom=0;" value="" vertex="1">
          <mxGeometry height="30" width="180" y="60" as="geometry" />
        </mxCell>
        <mxCell id="QZ4EoWdAzC9uecdQv9y7-144" parent="QZ4EoWdAzC9uecdQv9y7-143" style="shape=partialRectangle;connectable=0;fillColor=none;top=0;left=0;bottom=0;right=0;editable=1;overflow=hidden;whiteSpace=wrap;html=1;" value="" vertex="1">
          <mxGeometry height="30" width="30" as="geometry">
            <mxRectangle height="30" width="30" as="alternateBounds" />
          </mxGeometry>
        </mxCell>
        <mxCell id="QZ4EoWdAzC9uecdQv9y7-145" parent="QZ4EoWdAzC9uecdQv9y7-143" style="shape=partialRectangle;connectable=0;fillColor=none;top=0;left=0;bottom=0;right=0;align=left;spacingLeft=6;overflow=hidden;whiteSpace=wrap;html=1;" value="codigo_postal" vertex="1">
          <mxGeometry height="30" width="150" x="30" as="geometry">
            <mxRectangle height="30" width="150" as="alternateBounds" />
          </mxGeometry>
        </mxCell>
        <mxCell id="QZ4EoWdAzC9uecdQv9y7-146" parent="QZ4EoWdAzC9uecdQv9y7-139" style="shape=tableRow;horizontal=0;startSize=0;swimlaneHead=0;swimlaneBody=0;fillColor=none;collapsible=0;dropTarget=0;points=[[0,0.5],[1,0.5]];portConstraint=eastwest;top=0;left=0;right=0;bottom=0;" value="" vertex="1">
          <mxGeometry height="30" width="180" y="90" as="geometry" />
        </mxCell>
        <mxCell id="QZ4EoWdAzC9uecdQv9y7-147" parent="QZ4EoWdAzC9uecdQv9y7-146" style="shape=partialRectangle;connectable=0;fillColor=none;top=0;left=0;bottom=0;right=0;editable=1;overflow=hidden;whiteSpace=wrap;html=1;" value="" vertex="1">
          <mxGeometry height="30" width="30" as="geometry">
            <mxRectangle height="30" width="30" as="alternateBounds" />
          </mxGeometry>
        </mxCell>
        <mxCell id="QZ4EoWdAzC9uecdQv9y7-148" parent="QZ4EoWdAzC9uecdQv9y7-146" style="shape=partialRectangle;connectable=0;fillColor=none;top=0;left=0;bottom=0;right=0;align=left;spacingLeft=6;overflow=hidden;whiteSpace=wrap;html=1;" value="ciudad" vertex="1">
          <mxGeometry height="30" width="150" x="30" as="geometry">
            <mxRectangle height="30" width="150" as="alternateBounds" />
          </mxGeometry>
        </mxCell>
        <mxCell id="QZ4EoWdAzC9uecdQv9y7-149" parent="QZ4EoWdAzC9uecdQv9y7-139" style="shape=tableRow;horizontal=0;startSize=0;swimlaneHead=0;swimlaneBody=0;fillColor=none;collapsible=0;dropTarget=0;points=[[0,0.5],[1,0.5]];portConstraint=eastwest;top=0;left=0;right=0;bottom=0;" value="" vertex="1">
          <mxGeometry height="30" width="180" y="120" as="geometry" />
        </mxCell>
        <mxCell id="QZ4EoWdAzC9uecdQv9y7-150" parent="QZ4EoWdAzC9uecdQv9y7-149" style="shape=partialRectangle;connectable=0;fillColor=none;top=0;left=0;bottom=0;right=0;editable=1;overflow=hidden;whiteSpace=wrap;html=1;" value="" vertex="1">
          <mxGeometry height="30" width="30" as="geometry">
            <mxRectangle height="30" width="30" as="alternateBounds" />
          </mxGeometry>
        </mxCell>
        <mxCell id="QZ4EoWdAzC9uecdQv9y7-151" parent="QZ4EoWdAzC9uecdQv9y7-149" style="shape=partialRectangle;connectable=0;fillColor=none;top=0;left=0;bottom=0;right=0;align=left;spacingLeft=6;overflow=hidden;whiteSpace=wrap;html=1;" value="provincia" vertex="1">
          <mxGeometry height="30" width="150" x="30" as="geometry">
            <mxRectangle height="30" width="150" as="alternateBounds" />
          </mxGeometry>
        </mxCell>
        <mxCell id="QZ4EoWdAzC9uecdQv9y7-152" parent="QZ4EoWdAzC9uecdQv9y7-139" style="shape=tableRow;horizontal=0;startSize=0;swimlaneHead=0;swimlaneBody=0;fillColor=none;collapsible=0;dropTarget=0;points=[[0,0.5],[1,0.5]];portConstraint=eastwest;top=0;left=0;right=0;bottom=0;" value="" vertex="1">
          <mxGeometry height="30" width="180" y="150" as="geometry" />
        </mxCell>
        <mxCell id="QZ4EoWdAzC9uecdQv9y7-153" parent="QZ4EoWdAzC9uecdQv9y7-152" style="shape=partialRectangle;connectable=0;fillColor=none;top=0;left=0;bottom=0;right=0;editable=1;overflow=hidden;whiteSpace=wrap;html=1;" value="" vertex="1">
          <mxGeometry height="30" width="30" as="geometry">
            <mxRectangle height="30" width="30" as="alternateBounds" />
          </mxGeometry>
        </mxCell>
        <mxCell id="QZ4EoWdAzC9uecdQv9y7-154" parent="QZ4EoWdAzC9uecdQv9y7-152" style="shape=partialRectangle;connectable=0;fillColor=none;top=0;left=0;bottom=0;right=0;align=left;spacingLeft=6;overflow=hidden;whiteSpace=wrap;html=1;" value="pais" vertex="1">
          <mxGeometry height="30" width="150" x="30" as="geometry">
            <mxRectangle height="30" width="150" as="alternateBounds" />
          </mxGeometry>
        </mxCell>
        <mxCell id="QZ4EoWdAzC9uecdQv9y7-156" edge="1" parent="1" source="QZ4EoWdAzC9uecdQv9y7-135" style="edgeStyle=orthogonalEdgeStyle;rounded=0;orthogonalLoop=1;jettySize=auto;html=1;exitX=1;exitY=0.5;exitDx=0;exitDy=0;entryX=0;entryY=0.5;entryDx=0;entryDy=0;" target="QZ4EoWdAzC9uecdQv9y7-140">
          <mxGeometry relative="1" as="geometry" />
        </mxCell>
        <mxCell id="QZ4EoWdAzC9uecdQv9y7-157" parent="1" style="shape=table;startSize=30;container=1;collapsible=1;childLayout=tableLayout;fixedRows=1;rowLines=0;fontStyle=1;align=center;resizeLast=1;html=1;" value="DIM_PASAJERO" vertex="1">
          <mxGeometry height="180" width="180" x="350" y="585" as="geometry" />
        </mxCell>
        <mxCell id="QZ4EoWdAzC9uecdQv9y7-158" parent="QZ4EoWdAzC9uecdQv9y7-157" style="shape=tableRow;horizontal=0;startSize=0;swimlaneHead=0;swimlaneBody=0;fillColor=none;collapsible=0;dropTarget=0;points=[[0,0.5],[1,0.5]];portConstraint=eastwest;top=0;left=0;right=0;bottom=1;" value="" vertex="1">
          <mxGeometry height="30" width="180" y="30" as="geometry" />
        </mxCell>
        <mxCell id="QZ4EoWdAzC9uecdQv9y7-159" parent="QZ4EoWdAzC9uecdQv9y7-158" style="shape=partialRectangle;connectable=0;fillColor=none;top=0;left=0;bottom=0;right=0;fontStyle=1;overflow=hidden;whiteSpace=wrap;html=1;" value="PK" vertex="1">
          <mxGeometry height="30" width="30" as="geometry">
            <mxRectangle height="30" width="30" as="alternateBounds" />
          </mxGeometry>
        </mxCell>
        <mxCell id="QZ4EoWdAzC9uecdQv9y7-160" parent="QZ4EoWdAzC9uecdQv9y7-158" style="shape=partialRectangle;connectable=0;fillColor=none;top=0;left=0;bottom=0;right=0;align=left;spacingLeft=6;fontStyle=5;overflow=hidden;whiteSpace=wrap;html=1;" value="id_pasajero" vertex="1">
          <mxGeometry height="30" width="150" x="30" as="geometry">
            <mxRectangle height="30" width="150" as="alternateBounds" />
          </mxGeometry>
        </mxCell>
        <mxCell id="QZ4EoWdAzC9uecdQv9y7-182" parent="QZ4EoWdAzC9uecdQv9y7-157" style="shape=tableRow;horizontal=0;startSize=0;swimlaneHead=0;swimlaneBody=0;fillColor=none;collapsible=0;dropTarget=0;points=[[0,0.5],[1,0.5]];portConstraint=eastwest;top=0;left=0;right=0;bottom=0;" value="" vertex="1">
          <mxGeometry height="30" width="180" y="60" as="geometry" />
        </mxCell>
        <mxCell id="QZ4EoWdAzC9uecdQv9y7-183" parent="QZ4EoWdAzC9uecdQv9y7-182" style="shape=partialRectangle;connectable=0;fillColor=none;top=0;left=0;bottom=0;right=0;editable=1;overflow=hidden;whiteSpace=wrap;html=1;" value="" vertex="1">
          <mxGeometry height="30" width="30" as="geometry">
            <mxRectangle height="30" width="30" as="alternateBounds" />
          </mxGeometry>
        </mxCell>
        <mxCell id="QZ4EoWdAzC9uecdQv9y7-184" parent="QZ4EoWdAzC9uecdQv9y7-182" style="shape=partialRectangle;connectable=0;fillColor=none;top=0;left=0;bottom=0;right=0;align=left;spacingLeft=6;overflow=hidden;whiteSpace=wrap;html=1;" value="nombre" vertex="1">
          <mxGeometry height="30" width="150" x="30" as="geometry">
            <mxRectangle height="30" width="150" as="alternateBounds" />
          </mxGeometry>
        </mxCell>
        <mxCell id="QZ4EoWdAzC9uecdQv9y7-164" parent="QZ4EoWdAzC9uecdQv9y7-157" style="shape=tableRow;horizontal=0;startSize=0;swimlaneHead=0;swimlaneBody=0;fillColor=none;collapsible=0;dropTarget=0;points=[[0,0.5],[1,0.5]];portConstraint=eastwest;top=0;left=0;right=0;bottom=0;" value="" vertex="1">
          <mxGeometry height="30" width="180" y="90" as="geometry" />
        </mxCell>
        <mxCell id="QZ4EoWdAzC9uecdQv9y7-165" parent="QZ4EoWdAzC9uecdQv9y7-164" style="shape=partialRectangle;connectable=0;fillColor=none;top=0;left=0;bottom=0;right=0;editable=1;overflow=hidden;whiteSpace=wrap;html=1;" value="" vertex="1">
          <mxGeometry height="30" width="30" as="geometry">
            <mxRectangle height="30" width="30" as="alternateBounds" />
          </mxGeometry>
        </mxCell>
        <mxCell id="QZ4EoWdAzC9uecdQv9y7-166" parent="QZ4EoWdAzC9uecdQv9y7-164" style="shape=partialRectangle;connectable=0;fillColor=none;top=0;left=0;bottom=0;right=0;align=left;spacingLeft=6;overflow=hidden;whiteSpace=wrap;html=1;" value="apellido" vertex="1">
          <mxGeometry height="30" width="150" x="30" as="geometry">
            <mxRectangle height="30" width="150" as="alternateBounds" />
          </mxGeometry>
        </mxCell>
        <mxCell id="QZ4EoWdAzC9uecdQv9y7-167" parent="QZ4EoWdAzC9uecdQv9y7-157" style="shape=tableRow;horizontal=0;startSize=0;swimlaneHead=0;swimlaneBody=0;fillColor=none;collapsible=0;dropTarget=0;points=[[0,0.5],[1,0.5]];portConstraint=eastwest;top=0;left=0;right=0;bottom=0;" value="" vertex="1">
          <mxGeometry height="30" width="180" y="120" as="geometry" />
        </mxCell>
        <mxCell id="QZ4EoWdAzC9uecdQv9y7-168" parent="QZ4EoWdAzC9uecdQv9y7-167" style="shape=partialRectangle;connectable=0;fillColor=none;top=0;left=0;bottom=0;right=0;editable=1;overflow=hidden;whiteSpace=wrap;html=1;" value="" vertex="1">
          <mxGeometry height="30" width="30" as="geometry">
            <mxRectangle height="30" width="30" as="alternateBounds" />
          </mxGeometry>
        </mxCell>
        <mxCell id="QZ4EoWdAzC9uecdQv9y7-169" parent="QZ4EoWdAzC9uecdQv9y7-167" style="shape=partialRectangle;connectable=0;fillColor=none;top=0;left=0;bottom=0;right=0;align=left;spacingLeft=6;overflow=hidden;whiteSpace=wrap;html=1;" value="edad" vertex="1">
          <mxGeometry height="30" width="150" x="30" as="geometry">
            <mxRectangle height="30" width="150" as="alternateBounds" />
          </mxGeometry>
        </mxCell>
        <mxCell id="QZ4EoWdAzC9uecdQv9y7-176" parent="QZ4EoWdAzC9uecdQv9y7-157" style="shape=tableRow;horizontal=0;startSize=0;swimlaneHead=0;swimlaneBody=0;fillColor=none;collapsible=0;dropTarget=0;points=[[0,0.5],[1,0.5]];portConstraint=eastwest;top=0;left=0;right=0;bottom=0;" value="" vertex="1">
          <mxGeometry height="30" width="180" y="150" as="geometry" />
        </mxCell>
        <mxCell id="QZ4EoWdAzC9uecdQv9y7-177" parent="QZ4EoWdAzC9uecdQv9y7-176" style="shape=partialRectangle;connectable=0;fillColor=none;top=0;left=0;bottom=0;right=0;editable=1;overflow=hidden;whiteSpace=wrap;html=1;" value="" vertex="1">
          <mxGeometry height="30" width="30" as="geometry">
            <mxRectangle height="30" width="30" as="alternateBounds" />
          </mxGeometry>
        </mxCell>
        <mxCell id="QZ4EoWdAzC9uecdQv9y7-178" parent="QZ4EoWdAzC9uecdQv9y7-176" style="shape=partialRectangle;connectable=0;fillColor=none;top=0;left=0;bottom=0;right=0;align=left;spacingLeft=6;overflow=hidden;whiteSpace=wrap;html=1;" value="preferencias" vertex="1">
          <mxGeometry height="30" width="150" x="30" as="geometry">
            <mxRectangle height="30" width="150" as="alternateBounds" />
          </mxGeometry>
        </mxCell>
        <mxCell id="QZ4EoWdAzC9uecdQv9y7-189" parent="1" style="shape=table;startSize=30;container=1;collapsible=1;childLayout=tableLayout;fixedRows=1;rowLines=0;fontStyle=1;align=center;resizeLast=1;html=1;" value="DIM_AVION" vertex="1">
          <mxGeometry height="120" width="180" x="30" y="210" as="geometry" />
        </mxCell>
        <mxCell id="QZ4EoWdAzC9uecdQv9y7-190" parent="QZ4EoWdAzC9uecdQv9y7-189" style="shape=tableRow;horizontal=0;startSize=0;swimlaneHead=0;swimlaneBody=0;fillColor=none;collapsible=0;dropTarget=0;points=[[0,0.5],[1,0.5]];portConstraint=eastwest;top=0;left=0;right=0;bottom=1;" value="" vertex="1">
          <mxGeometry height="30" width="180" y="30" as="geometry" />
        </mxCell>
        <mxCell id="QZ4EoWdAzC9uecdQv9y7-191" parent="QZ4EoWdAzC9uecdQv9y7-190" style="shape=partialRectangle;connectable=0;fillColor=none;top=0;left=0;bottom=0;right=0;fontStyle=1;overflow=hidden;whiteSpace=wrap;html=1;" value="PK" vertex="1">
          <mxGeometry height="30" width="30" as="geometry">
            <mxRectangle height="30" width="30" as="alternateBounds" />
          </mxGeometry>
        </mxCell>
        <mxCell id="QZ4EoWdAzC9uecdQv9y7-192" parent="QZ4EoWdAzC9uecdQv9y7-190" style="shape=partialRectangle;connectable=0;fillColor=none;top=0;left=0;bottom=0;right=0;align=left;spacingLeft=6;fontStyle=5;overflow=hidden;whiteSpace=wrap;html=1;" value="id_avion" vertex="1">
          <mxGeometry height="30" width="150" x="30" as="geometry">
            <mxRectangle height="30" width="150" as="alternateBounds" />
          </mxGeometry>
        </mxCell>
        <mxCell id="QZ4EoWdAzC9uecdQv9y7-193" parent="QZ4EoWdAzC9uecdQv9y7-189" style="shape=tableRow;horizontal=0;startSize=0;swimlaneHead=0;swimlaneBody=0;fillColor=none;collapsible=0;dropTarget=0;points=[[0,0.5],[1,0.5]];portConstraint=eastwest;top=0;left=0;right=0;bottom=0;" value="" vertex="1">
          <mxGeometry height="30" width="180" y="60" as="geometry" />
        </mxCell>
        <mxCell id="QZ4EoWdAzC9uecdQv9y7-194" parent="QZ4EoWdAzC9uecdQv9y7-193" style="shape=partialRectangle;connectable=0;fillColor=none;top=0;left=0;bottom=0;right=0;editable=1;overflow=hidden;whiteSpace=wrap;html=1;" value="" vertex="1">
          <mxGeometry height="30" width="30" as="geometry">
            <mxRectangle height="30" width="30" as="alternateBounds" />
          </mxGeometry>
        </mxCell>
        <mxCell id="QZ4EoWdAzC9uecdQv9y7-195" parent="QZ4EoWdAzC9uecdQv9y7-193" style="shape=partialRectangle;connectable=0;fillColor=none;top=0;left=0;bottom=0;right=0;align=left;spacingLeft=6;overflow=hidden;whiteSpace=wrap;html=1;" value="modelo" vertex="1">
          <mxGeometry height="30" width="150" x="30" as="geometry">
            <mxRectangle height="30" width="150" as="alternateBounds" />
          </mxGeometry>
        </mxCell>
        <mxCell id="QZ4EoWdAzC9uecdQv9y7-196" parent="QZ4EoWdAzC9uecdQv9y7-189" style="shape=tableRow;horizontal=0;startSize=0;swimlaneHead=0;swimlaneBody=0;fillColor=none;collapsible=0;dropTarget=0;points=[[0,0.5],[1,0.5]];portConstraint=eastwest;top=0;left=0;right=0;bottom=0;" value="" vertex="1">
          <mxGeometry height="30" width="180" y="90" as="geometry" />
        </mxCell>
        <mxCell id="QZ4EoWdAzC9uecdQv9y7-197" parent="QZ4EoWdAzC9uecdQv9y7-196" style="shape=partialRectangle;connectable=0;fillColor=none;top=0;left=0;bottom=0;right=0;editable=1;overflow=hidden;whiteSpace=wrap;html=1;" value="" vertex="1">
          <mxGeometry height="30" width="30" as="geometry">
            <mxRectangle height="30" width="30" as="alternateBounds" />
          </mxGeometry>
        </mxCell>
        <mxCell id="QZ4EoWdAzC9uecdQv9y7-198" parent="QZ4EoWdAzC9uecdQv9y7-196" style="shape=partialRectangle;connectable=0;fillColor=none;top=0;left=0;bottom=0;right=0;align=left;spacingLeft=6;overflow=hidden;whiteSpace=wrap;html=1;" value="capacidad" vertex="1">
          <mxGeometry height="30" width="150" x="30" as="geometry">
            <mxRectangle height="30" width="150" as="alternateBounds" />
          </mxGeometry>
        </mxCell>
        <mxCell id="_3lUHs1WXjtvfcM3jyFn-1" edge="1" parent="1" source="QZ4EoWdAzC9uecdQv9y7-186" style="edgeStyle=orthogonalEdgeStyle;rounded=0;orthogonalLoop=1;jettySize=auto;html=1;exitX=0;exitY=0.5;exitDx=0;exitDy=0;entryX=1;entryY=0.5;entryDx=0;entryDy=0;" target="QZ4EoWdAzC9uecdQv9y7-190">
          <mxGeometry relative="1" as="geometry" />
        </mxCell>
        <mxCell id="_3lUHs1WXjtvfcM3jyFn-5" edge="1" parent="1" source="_3lUHs1WXjtvfcM3jyFn-6" style="edgeStyle=orthogonalEdgeStyle;rounded=0;orthogonalLoop=1;jettySize=auto;html=1;exitX=0;exitY=0.5;exitDx=0;exitDy=0;entryX=0;entryY=0.5;entryDx=0;entryDy=0;" target="QZ4EoWdAzC9uecdQv9y7-158">
          <mxGeometry relative="1" as="geometry" />
        </mxCell>
        <mxCell id="_3lUHs1WXjtvfcM3jyFn-18" parent="1" style="shape=table;startSize=30;container=1;collapsible=1;childLayout=tableLayout;fixedRows=1;rowLines=0;fontStyle=1;align=center;resizeLast=1;html=1;" value="DIM_TARIFA" vertex="1">
          <mxGeometry height="90" width="180" x="30" y="380" as="geometry" />
        </mxCell>
        <mxCell id="_3lUHs1WXjtvfcM3jyFn-19" parent="_3lUHs1WXjtvfcM3jyFn-18" style="shape=tableRow;horizontal=0;startSize=0;swimlaneHead=0;swimlaneBody=0;fillColor=none;collapsible=0;dropTarget=0;points=[[0,0.5],[1,0.5]];portConstraint=eastwest;top=0;left=0;right=0;bottom=1;" value="" vertex="1">
          <mxGeometry height="30" width="180" y="30" as="geometry" />
        </mxCell>
        <mxCell id="_3lUHs1WXjtvfcM3jyFn-20" parent="_3lUHs1WXjtvfcM3jyFn-19" style="shape=partialRectangle;connectable=0;fillColor=none;top=0;left=0;bottom=0;right=0;fontStyle=1;overflow=hidden;whiteSpace=wrap;html=1;" value="PK" vertex="1">
          <mxGeometry height="30" width="30" as="geometry">
            <mxRectangle height="30" width="30" as="alternateBounds" />
          </mxGeometry>
        </mxCell>
        <mxCell id="_3lUHs1WXjtvfcM3jyFn-21" parent="_3lUHs1WXjtvfcM3jyFn-19" style="shape=partialRectangle;connectable=0;fillColor=none;top=0;left=0;bottom=0;right=0;align=left;spacingLeft=6;fontStyle=5;overflow=hidden;whiteSpace=wrap;html=1;" value="id_tarifa" vertex="1">
          <mxGeometry height="30" width="150" x="30" as="geometry">
            <mxRectangle height="30" width="150" as="alternateBounds" />
          </mxGeometry>
        </mxCell>
        <mxCell id="_3lUHs1WXjtvfcM3jyFn-22" parent="_3lUHs1WXjtvfcM3jyFn-18" style="shape=tableRow;horizontal=0;startSize=0;swimlaneHead=0;swimlaneBody=0;fillColor=none;collapsible=0;dropTarget=0;points=[[0,0.5],[1,0.5]];portConstraint=eastwest;top=0;left=0;right=0;bottom=0;" value="" vertex="1">
          <mxGeometry height="30" width="180" y="60" as="geometry" />
        </mxCell>
        <mxCell id="_3lUHs1WXjtvfcM3jyFn-23" parent="_3lUHs1WXjtvfcM3jyFn-22" style="shape=partialRectangle;connectable=0;fillColor=none;top=0;left=0;bottom=0;right=0;editable=1;overflow=hidden;whiteSpace=wrap;html=1;" value="" vertex="1">
          <mxGeometry height="30" width="30" as="geometry">
            <mxRectangle height="30" width="30" as="alternateBounds" />
          </mxGeometry>
        </mxCell>
        <mxCell id="_3lUHs1WXjtvfcM3jyFn-24" parent="_3lUHs1WXjtvfcM3jyFn-22" style="shape=partialRectangle;connectable=0;fillColor=none;top=0;left=0;bottom=0;right=0;align=left;spacingLeft=6;overflow=hidden;whiteSpace=wrap;html=1;" value="nombre" vertex="1">
          <mxGeometry height="30" width="150" x="30" as="geometry">
            <mxRectangle height="30" width="150" as="alternateBounds" />
          </mxGeometry>
        </mxCell>
        <mxCell id="_3lUHs1WXjtvfcM3jyFn-28" edge="1" parent="1" source="_3lUHs1WXjtvfcM3jyFn-2" style="edgeStyle=orthogonalEdgeStyle;rounded=0;orthogonalLoop=1;jettySize=auto;html=1;exitX=0;exitY=0.5;exitDx=0;exitDy=0;entryX=1;entryY=0.5;entryDx=0;entryDy=0;" target="_3lUHs1WXjtvfcM3jyFn-19">
          <mxGeometry relative="1" as="geometry" />
        </mxCell>
      </root>
    </mxGraphModel>
  </diagram>
</mxfile>
